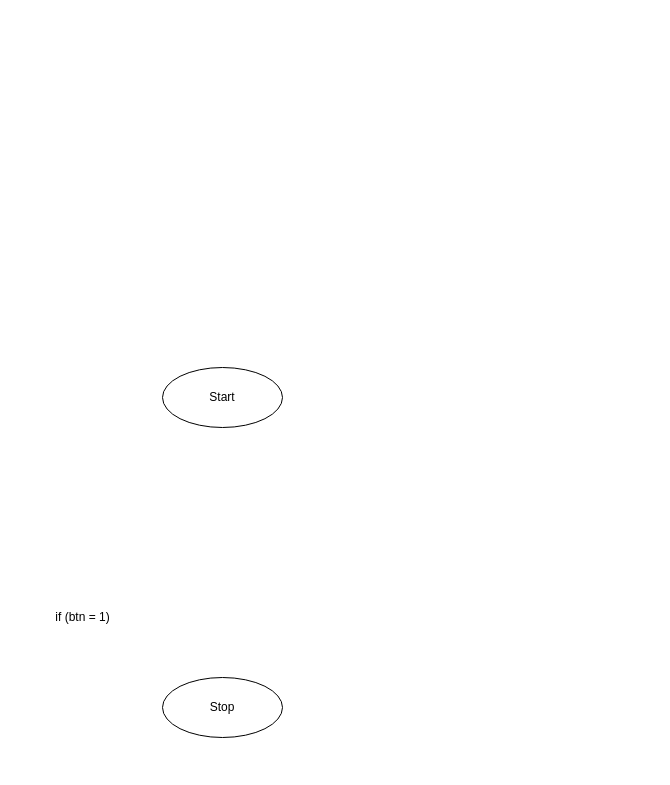
The draw.io diagram verkefni5/Lokaverkefni.drawio in Davygod/ROBO2RG05AU-1, before the edit. Source tidied: cells renumbered, new cells numbered last; positions are measured from the earlier drawing's top-left corner, leaving out a move shared by most shapes. Both pictures are drawn from the tidied source at 100%, with x=0, y=0 at pixel (47, 367).
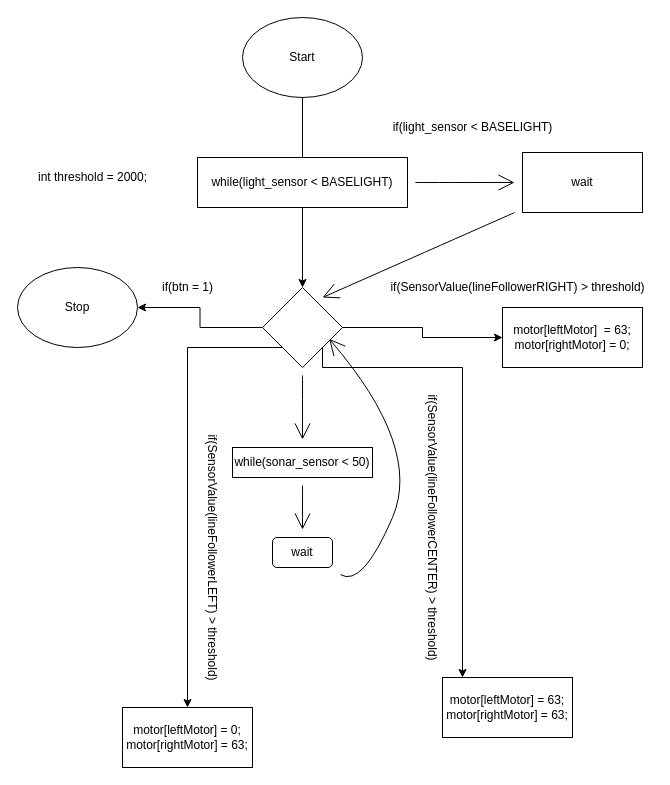
Above is the later version.

Diff of the diagram source:
```diff
@@
+    <mxCell id="5" style="edgeStyle=orthogonalEdgeStyle;rounded=0;jettySize=auto;html=1;startArrow=none;" parent="1" edge="1" source="25" target="11">
+      <mxGeometry relative="1" as="geometry" />
+    </mxCell>
-    <mxCell id="2" value="Start" style="ellipse;whiteSpace=wrap;html=1;hachureGap=4;" parent="1" vertex="1">
-      <mxGeometry x="115" width="120" height="60" as="geometry" />
+    <mxCell id="2" value="Start" style="ellipse;whiteSpace=wrap;html=1;" parent="1" vertex="1">
+      <mxGeometry x="195" y="-350" width="120" height="80" as="geometry" />
     </mxCell>
+    <mxCell id="6" style="edgeStyle=orthogonalEdgeStyle;rounded=0;jettySize=auto;html=1;startArrow=none;exitX=0;exitY=0.5;exitDx=0;exitDy=0;entryX=1;entryY=0.5;entryDx=0;entryDy=0;" parent="1" edge="1" source="11" target="3">
+      <mxGeometry relative="1" as="geometry" />
+    </mxCell>
+    <mxCell id="7" style="edgeStyle=orthogonalEdgeStyle;rounded=0;jettySize=auto;html=1;exitX=0;exitY=1;exitDx=0;exitDy=0;" parent="1" edge="1" source="11" target="13">
+      <mxGeometry relative="1" as="geometry" />
+    </mxCell>
+    <mxCell id="8" style="edgeStyle=orthogonalEdgeStyle;rounded=0;jettySize=auto;html=1;entryX=0;entryY=0.5;entryDx=0;entryDy=0;" parent="1" edge="1" source="11" target="14">
+      <mxGeometry relative="1" as="geometry" />
+    </mxCell>
+    <mxCell id="9" style="edgeStyle=orthogonalEdgeStyle;rounded=0;jettySize=auto;html=1;exitX=1;exitY=1;exitDx=0;exitDy=0;" parent="1" edge="1" source="11">
+      <mxGeometry relative="1" as="geometry">
+        <mxPoint x="415" y="310" as="targetPoint" />
+        <Array as="points">
+          <mxPoint x="415" />
+        </Array>
+      </mxGeometry>
+    </mxCell>
+    <mxCell id="10" style="edgeStyle=none;curved=1;rounded=0;jettySize=auto;html=1;endArrow=open;startSize=14;endSize=14;sourcePerimeterSpacing=8;targetPerimeterSpacing=8;" parent="1" edge="1" source="11" target="21">
+      <mxGeometry relative="1" as="geometry" />
+    </mxCell>
+    <mxCell id="11" style="rhombus;whiteSpace=wrap;html=1;" parent="1" vertex="1">
+      <mxGeometry x="215" y="-80" width="80" height="80" as="geometry" />
+    </mxCell>
-    <mxCell id="3" value="Stop" style="ellipse;whiteSpace=wrap;html=1;hachureGap=4;" parent="1" vertex="1">
-      <mxGeometry x="115" y="310" width="120" height="60" as="geometry" />
+    <mxCell id="3" value="Stop" style="ellipse;whiteSpace=wrap;html=1;" parent="1" vertex="1">
+      <mxGeometry x="-30" y="-100" width="120" height="80" as="geometry" />
     </mxCell>
-    <mxCell id="4" value="if (btn = 1)" style="text;html=1;align=center;verticalAlign=middle;strokeColor=none;fillColor=none;" parent="1" vertex="1">
-      <mxGeometry y="240" width="70" height="20" as="geometry" />
-    </mxCell>
+    <mxCell id="12" value="if(btn = 1)" style="text;html=1;align=center;verticalAlign=middle;strokeColor=none;fillColor=none;" parent="1" vertex="1">
+      <mxGeometry x="105" y="-90" width="70" height="20" as="geometry" />
+    </mxCell>
+    <mxCell id="13" value="motor[leftMotor] = 0;&#10;   motor[rightMotor] = 63;" style="whiteSpace=wrap;html=1;" parent="1" vertex="1">
+      <mxGeometry x="75" y="340" width="130" height="60" as="geometry" />
+    </mxCell>
+    <mxCell id="14" value="&lt;div&gt;motor[leftMotor]&amp;nbsp; = 63;&lt;/div&gt;&lt;div&gt;&lt;span&gt;   &lt;/span&gt;motor[rightMotor] = 0;&lt;/div&gt;" style="whiteSpace=wrap;html=1;" parent="1" vertex="1">
+      <mxGeometry x="455" y="-60" width="140" height="60" as="geometry" />
+    </mxCell>
+    <mxCell id="15" value="motor[leftMotor] = 63;&#10;   motor[rightMotor] = 63;" style="whiteSpace=wrap;html=1;" parent="1" vertex="1">
+      <mxGeometry x="395" y="310" width="130" height="60" as="geometry" />
+    </mxCell>
+    <mxCell id="16" value="if(SensorValue(lineFollowerLEFT) &amp;gt; threshold)" style="text;html=1;align=center;verticalAlign=middle;strokeColor=none;fillColor=none;rotation=90;" parent="1" vertex="1">
+      <mxGeometry x="35" y="180" width="260" height="20" as="geometry" />
+    </mxCell>
+    <mxCell id="17" value="int threshold = 2000;" style="text;html=1;align=center;verticalAlign=middle;strokeColor=none;fillColor=none;" parent="1" vertex="1">
+      <mxGeometry x="-15" y="-200" width="120" height="20" as="geometry" />
+    </mxCell>
+    <mxCell id="18" value="if(SensorValue(lineFollowerCENTER) &amp;gt; threshold)" style="text;html=1;align=center;verticalAlign=middle;strokeColor=none;fillColor=none;rotation=90;" parent="1" vertex="1">
+      <mxGeometry x="245" y="150" width="280" height="20" as="geometry" />
+    </mxCell>
+    <mxCell id="19" value="if(SensorValue(lineFollowerRIGHT) &amp;gt; threshold)" style="text;html=1;align=center;verticalAlign=middle;strokeColor=none;fillColor=none;" parent="1" vertex="1">
+      <mxGeometry x="335" y="-90" width="270" height="20" as="geometry" />
+    </mxCell>
+    <mxCell id="20" style="edgeStyle=none;curved=1;rounded=0;jettySize=auto;html=1;endArrow=open;startSize=14;endSize=14;sourcePerimeterSpacing=8;targetPerimeterSpacing=8;" parent="1" edge="1" source="21" target="23">
+      <mxGeometry relative="1" as="geometry" />
+    </mxCell>
+    <mxCell id="21" value="while(sonar_sensor &amp;lt; 50)" style="whiteSpace=wrap;html=1;" parent="1" vertex="1">
+      <mxGeometry x="185" y="80" width="140" height="30" as="geometry" />
+    </mxCell>
+    <mxCell id="22" style="edgeStyle=none;curved=1;rounded=0;jettySize=auto;html=1;endArrow=open;startSize=14;endSize=14;sourcePerimeterSpacing=8;targetPerimeterSpacing=8;entryX=0.833;entryY=0.642;entryDx=0;entryDy=0;entryPerimeter=0;" parent="1" edge="1" source="23" target="11">
+      <mxGeometry relative="1" as="geometry">
+        <Array as="points">
+          <mxPoint x="315" y="220" />
+          <mxPoint x="375" y="80" />
+        </Array>
+      </mxGeometry>
+    </mxCell>
+    <mxCell id="23" value="wait" style="rounded=1;whiteSpace=wrap;html=1;" parent="1" vertex="1">
+      <mxGeometry x="225" y="170" width="60" height="30" as="geometry" />
+    </mxCell>
+    <mxCell id="24" style="edgeStyle=none;curved=1;rounded=0;jettySize=auto;html=1;endArrow=open;startSize=14;endSize=14;sourcePerimeterSpacing=8;targetPerimeterSpacing=8;" parent="1" edge="1" source="25" target="28">
+      <mxGeometry relative="1" as="geometry" />
+    </mxCell>
+    <mxCell id="25" value="while(light_sensor &amp;lt; BASELIGHT)" style="whiteSpace=wrap;html=1;" parent="1" vertex="1">
+      <mxGeometry x="150" y="-210" width="210" height="50" as="geometry" />
+    </mxCell>
+    <mxCell id="26" style="edgeStyle=orthogonalEdgeStyle;rounded=0;jettySize=auto;html=1;endArrow=none;" parent="1" edge="1" source="2" target="25">
+      <mxGeometry relative="1" as="geometry" />
+    </mxCell>
+    <mxCell id="27" style="edgeStyle=none;curved=1;rounded=0;jettySize=auto;html=1;endArrow=open;startSize=14;endSize=14;sourcePerimeterSpacing=8;targetPerimeterSpacing=8;" parent="1" edge="1" source="28">
+      <mxGeometry relative="1" as="geometry">
+        <mxPoint x="275" y="-70" as="targetPoint" />
+      </mxGeometry>
+    </mxCell>
+    <mxCell id="28" value="wait" style="whiteSpace=wrap;html=1;" parent="1" vertex="1">
+      <mxGeometry x="475" y="-215" width="120" height="60" as="geometry" />
+    </mxCell>
+    <mxCell id="29" value="&lt;span&gt;if(light_sensor &amp;lt; BASELIGHT)&lt;/span&gt;" style="text;html=1;align=center;verticalAlign=middle;strokeColor=none;fillColor=none;" parent="1" vertex="1">
+      <mxGeometry x="335" y="-250" width="180" height="20" as="geometry" />
+    </mxCell>
```
